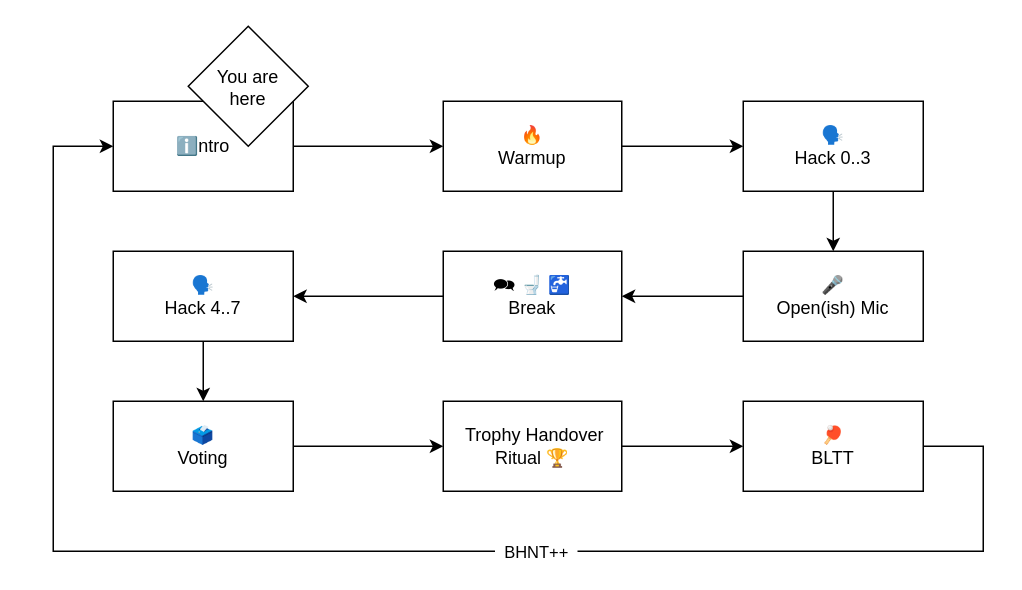
Before: assets/bhntflow.drawio in berlin-hack-and-tell/bhnt.c-base.org, a draw.io diagram. Source tidied: cells renumbered, new cells numbered last; positions are measured from the earlier drawing's top-left corner, leaving out a move shared by most shapes. Both pictures are drawn from the tidied source at 150%, with x=0, y=0 at pixel (52, 26).
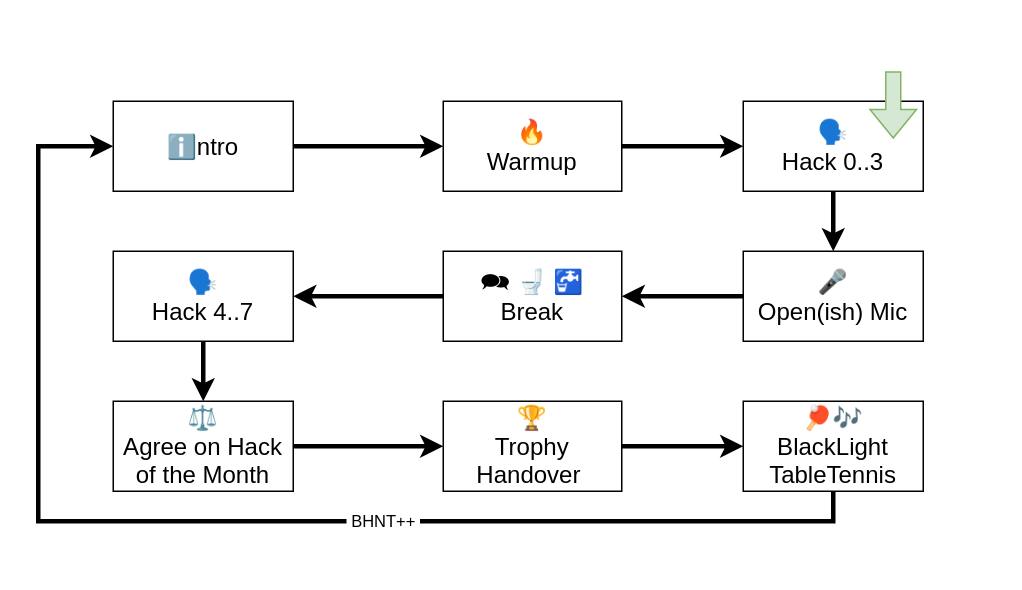
After the change.

Diff of the diagram source:
```diff
@@
-    <mxCell id="2" value="ℹ️ntro" style="rounded=0;whiteSpace=wrap;html=1;" parent="1" vertex="1">
+    <mxCell id="2" value="ℹ️ntro" style="rounded=0;whiteSpace=wrap;html=1;fontSize=16;labelBackgroundColor=none;" parent="1" vertex="1">
       <mxGeometry x="40" y="50" width="120" height="60" as="geometry" />
     </mxCell>
-    <mxCell id="3" value="&lt;div&gt;🔥&lt;br&gt;&lt;/div&gt;Warmup" style="rounded=0;whiteSpace=wrap;html=1;" parent="1" vertex="1">
+    <mxCell id="3" value="&lt;div&gt;🔥&lt;br&gt;&lt;/div&gt;Warmup" style="rounded=0;whiteSpace=wrap;html=1;fontSize=16;" parent="1" vertex="1">
       <mxGeometry x="260" y="50" width="119" height="60" as="geometry" />
     </mxCell>
-    <mxCell id="4" style="endArrow=classic;html=1;rounded=0;exitX=1;exitY=0.5;exitDx=0;exitDy=0;entryX=0;entryY=0.5;entryDx=0;entryDy=0;" parent="1" edge="1" source="2" target="3">
+    <mxCell id="4" style="endArrow=classic;html=1;rounded=0;exitX=1;exitY=0.5;exitDx=0;exitDy=0;entryX=0;entryY=0.5;entryDx=0;entryDy=0;fontSize=16;strokeWidth=3;" parent="1" edge="1" source="2" target="3">
       <mxGeometry relative="1" as="geometry" />
     </mxCell>
-    <mxCell id="5" value="&lt;div&gt;🗣️&lt;br&gt;&lt;/div&gt;Hack 0..3" style="rounded=0;whiteSpace=wrap;html=1;" parent="1" vertex="1">
+    <mxCell id="5" value="&lt;div&gt;🗣️&lt;br&gt;&lt;/div&gt;Hack 0..3" style="rounded=0;whiteSpace=wrap;html=1;fontSize=16;" parent="1" vertex="1">
       <mxGeometry x="460" y="50" width="120" height="60" as="geometry" />
     </mxCell>
-    <mxCell id="6" style="endArrow=classic;html=1;rounded=0;exitX=1;exitY=0.5;exitDx=0;exitDy=0;" parent="1" edge="1" source="3">
+    <mxCell id="6" style="endArrow=classic;html=1;rounded=0;exitX=1;exitY=0.5;exitDx=0;exitDy=0;fontSize=16;strokeWidth=3;" parent="1" edge="1" source="3">
       <mxGeometry relative="1" as="geometry">
         <mxPoint x="460" y="80" as="targetPoint" />
       </mxGeometry>
     </mxCell>
-    <mxCell id="7" value="&lt;div&gt;🎤&lt;br&gt;&lt;/div&gt;Open(ish) Mic" style="rounded=0;whiteSpace=wrap;html=1;" parent="1" vertex="1">
+    <mxCell id="7" value="&lt;div&gt;🎤&lt;br&gt;&lt;/div&gt;Open(ish) Mic" style="rounded=0;whiteSpace=wrap;html=1;fontSize=16;" parent="1" vertex="1">
       <mxGeometry x="460" y="150" width="120" height="60" as="geometry" />
     </mxCell>
-    <mxCell id="8" value="&lt;div&gt;🗪&amp;nbsp;🚽&amp;nbsp;🚰&lt;br&gt;&lt;/div&gt;Break" style="rounded=0;whiteSpace=wrap;html=1;" parent="1" vertex="1">
+    <mxCell id="8" value="&lt;div&gt;🗪&amp;nbsp;🚽&amp;nbsp;🚰&lt;br&gt;&lt;/div&gt;Break" style="rounded=0;whiteSpace=wrap;html=1;fontSize=16;" parent="1" vertex="1">
       <mxGeometry x="260" y="150" width="119" height="60" as="geometry" />
     </mxCell>
-    <mxCell id="9" style="endArrow=classic;html=1;rounded=0;entryX=0.5;entryY=0;entryDx=0;entryDy=0;exitX=0.5;exitY=1;exitDx=0;exitDy=0;" parent="1" edge="1" source="5" target="7">
+    <mxCell id="9" style="endArrow=classic;html=1;rounded=0;entryX=0.5;entryY=0;entryDx=0;entryDy=0;exitX=0.5;exitY=1;exitDx=0;exitDy=0;fontSize=16;strokeWidth=3;" parent="1" edge="1" source="5" target="7">
       <mxGeometry relative="1" as="geometry" />
     </mxCell>
-    <mxCell id="10" value="&lt;div&gt;🗣️&lt;br&gt;&lt;/div&gt;Hack 4..7" style="rounded=0;whiteSpace=wrap;html=1;" parent="1" vertex="1">
+    <mxCell id="10" value="&lt;div&gt;🗣️&lt;br&gt;&lt;/div&gt;Hack 4..7" style="rounded=0;whiteSpace=wrap;html=1;fontSize=16;" parent="1" vertex="1">
       <mxGeometry x="40" y="150" width="120" height="60" as="geometry" />
     </mxCell>
-    <mxCell id="11" style="rhombus;whiteSpace=wrap;html=1;" parent="1" vertex="1">
-      <mxGeometry x="90" width="80" height="80" as="geometry" />
-    </mxCell>
-    <mxCell id="12" value="You are here" style="text;html=1;whiteSpace=wrap;strokeColor=none;fillColor=none;align=center;verticalAlign=middle;rounded=0;" parent="1" vertex="1">
-      <mxGeometry x="100" y="29" width="60" height="23" as="geometry" />
-    </mxCell>
-    <mxCell id="13" style="endArrow=classic;html=1;rounded=0;exitX=0;exitY=0.5;exitDx=0;exitDy=0;entryX=1;entryY=0.5;entryDx=0;entryDy=0;" parent="1" edge="1" source="7" target="8">
+    <mxCell id="13" style="endArrow=classic;html=1;rounded=0;exitX=0;exitY=0.5;exitDx=0;exitDy=0;entryX=1;entryY=0.5;entryDx=0;entryDy=0;fontSize=16;strokeWidth=3;" parent="1" edge="1" source="7" target="8">
       <mxGeometry relative="1" as="geometry" />
     </mxCell>
-    <mxCell id="14" style="endArrow=classic;html=1;rounded=0;exitX=0;exitY=0.5;exitDx=0;exitDy=0;entryX=1;entryY=0.5;entryDx=0;entryDy=0;" parent="1" edge="1" source="8" target="10">
+    <mxCell id="14" style="endArrow=classic;html=1;rounded=0;exitX=0;exitY=0.5;exitDx=0;exitDy=0;entryX=1;entryY=0.5;entryDx=0;entryDy=0;fontSize=16;strokeWidth=3;" parent="1" edge="1" source="8" target="10">
       <mxGeometry relative="1" as="geometry" />
     </mxCell>
-    <mxCell id="15" value="&lt;div&gt;🗳️&lt;br&gt;&lt;/div&gt;Voting" style="rounded=0;whiteSpace=wrap;html=1;" parent="1" vertex="1">
+    <mxCell id="15" value="⚖️&lt;br&gt;Agree on&amp;nbsp;&lt;span style=&quot;background-color: transparent; color: light-dark(rgb(0, 0, 0), rgb(255, 255, 255));&quot;&gt;Hack of the Month&lt;/span&gt;" style="rounded=0;whiteSpace=wrap;html=1;fontSize=16;" parent="1" vertex="1">
       <mxGeometry x="40" y="250" width="120" height="60" as="geometry" />
     </mxCell>
-    <mxCell id="16" value="&amp;nbsp;Trophy Handover&lt;br&gt;&lt;div&gt;&lt;span style=&quot;background-color: transparent; color: light-dark(rgb(0, 0, 0), rgb(255, 255, 255));&quot;&gt;Ritual&amp;nbsp;&lt;/span&gt;🏆&lt;br&gt;&lt;/div&gt;" style="rounded=0;whiteSpace=wrap;html=1;" parent="1" vertex="1">
+    <mxCell id="16" value="&lt;div&gt;🏆&lt;/div&gt;Trophy Handover&lt;span style=&quot;background-color: transparent; color: light-dark(rgb(0, 0, 0), rgb(255, 255, 255));&quot;&gt;&amp;nbsp;&lt;/span&gt;" style="rounded=0;whiteSpace=wrap;html=1;fontSize=16;" parent="1" vertex="1">
       <mxGeometry x="260" y="250" width="119" height="60" as="geometry" />
     </mxCell>
-    <mxCell id="17" style="endArrow=classic;html=1;rounded=0;entryX=0.5;entryY=0;entryDx=0;entryDy=0;exitX=0.5;exitY=1;exitDx=0;exitDy=0;" parent="1" edge="1" source="10" target="15">
+    <mxCell id="17" style="endArrow=classic;html=1;rounded=0;entryX=0.5;entryY=0;entryDx=0;entryDy=0;exitX=0.5;exitY=1;exitDx=0;exitDy=0;fontSize=16;strokeWidth=3;" parent="1" edge="1" source="10" target="15">
       <mxGeometry relative="1" as="geometry" />
     </mxCell>
-    <mxCell id="18" style="endArrow=classic;html=1;rounded=0;entryX=0;entryY=0.5;entryDx=0;entryDy=0;exitX=1;exitY=0.5;exitDx=0;exitDy=0;" parent="1" edge="1" source="15" target="16">
+    <mxCell id="18" style="endArrow=classic;html=1;rounded=0;entryX=0;entryY=0.5;entryDx=0;entryDy=0;exitX=1;exitY=0.5;exitDx=0;exitDy=0;fontSize=16;strokeWidth=3;" parent="1" edge="1" source="15" target="16">
       <mxGeometry relative="1" as="geometry" />
     </mxCell>
+    <mxCell id="23" style="edgeStyle=orthogonalEdgeStyle;rounded=0;orthogonalLoop=1;jettySize=auto;html=1;entryX=0;entryY=0.667;entryDx=0;entryDy=0;entryPerimeter=0;strokeWidth=3;" parent="1" edge="1">
+      <mxGeometry relative="1" as="geometry">
+        <mxPoint x="520" y="300" as="sourcePoint" />
+        <mxPoint x="40" y="80" as="targetPoint" />
+        <Array as="points">
+          <mxPoint x="520" y="330" />
+          <mxPoint x="-10" y="330" />
+          <mxPoint x="-10" y="80" />
+        </Array>
+      </mxGeometry>
+    </mxCell>
+    <mxCell id="22" value="&amp;nbsp;BHNT++&amp;nbsp;" style="edgeLabel;html=1;align=center;verticalAlign=middle;" parent="23" vertex="1">
+      <mxGeometry x="-0.23" y="-1" relative="1" as="geometry" />
+    </mxCell>
-    <mxCell id="19" value="&lt;div&gt;🏓&lt;br&gt;&lt;/div&gt;BLTT" style="rounded=0;whiteSpace=wrap;html=1;" parent="1" vertex="1">
+    <mxCell id="19" value="&lt;div&gt;🏓🎶&lt;br&gt;&lt;/div&gt;BlackLight&lt;br&gt;TableTennis" style="rounded=0;whiteSpace=wrap;html=1;fontSize=16;" parent="1" vertex="1">
       <mxGeometry x="460" y="250" width="120" height="60" as="geometry" />
     </mxCell>
-    <mxCell id="20" style="endArrow=classic;html=1;rounded=0;entryX=0;entryY=0.5;entryDx=0;entryDy=0;exitX=1;exitY=0.5;exitDx=0;exitDy=0;" parent="1" edge="1" source="16" target="19">
+    <mxCell id="20" style="endArrow=classic;html=1;rounded=0;entryX=0;entryY=0.5;entryDx=0;entryDy=0;exitX=1;exitY=0.5;exitDx=0;exitDy=0;fontSize=16;strokeWidth=3;" parent="1" edge="1" source="16" target="19">
       <mxGeometry relative="1" as="geometry" />
     </mxCell>
-    <mxCell id="21" style="endArrow=classic;html=1;rounded=0;exitX=1;exitY=0.5;exitDx=0;exitDy=0;entryX=0;entryY=0.5;entryDx=0;entryDy=0;" parent="1" edge="1" source="19" target="2">
-      <mxGeometry relative="1" as="geometry">
-        <Array as="points">
-          <mxPoint x="620" y="280" />
-          <mxPoint x="620" y="350" />
-          <mxPoint y="350" />
-          <mxPoint y="80" />
-        </Array>
-      </mxGeometry>
-    </mxCell>
-    <mxCell id="22" value="&amp;nbsp; BHNT++&amp;nbsp;&amp;nbsp;" style="edgeLabel;html=1;align=center;verticalAlign=middle;" parent="21" vertex="1">
-      <mxGeometry x="-0.16" relative="1" as="geometry">
-        <mxPoint x="28" as="offset" />
-      </mxGeometry>
-    </mxCell>
+    <mxCell id="24" style="shape=flexArrow;endArrow=classic;html=1;rounded=0;fillColor=#d5e8d4;strokeColor=#82b366;" parent="1" edge="1">
+      <mxGeometry relative="1" as="geometry">
+        <mxPoint x="560" y="30" as="sourcePoint" />
+        <mxPoint x="560" y="75" as="targetPoint" />
+      </mxGeometry>
+    </mxCell>
```
